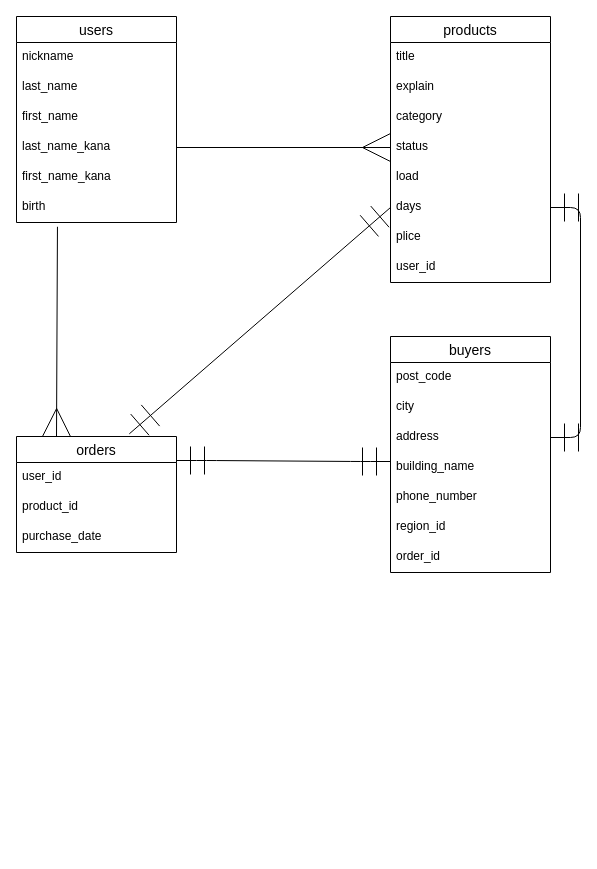
This is .dio from miyamotomizuki/furima-39341, a draw.io file, before an edit. Source tidied: cells renumbered, new cells numbered last; positions are measured from the earlier drawing's top-left corner, leaving out a move shared by most shapes. Both pictures are drawn from the tidied source at 100%, with x=0, y=0 at pixel (16, 16).
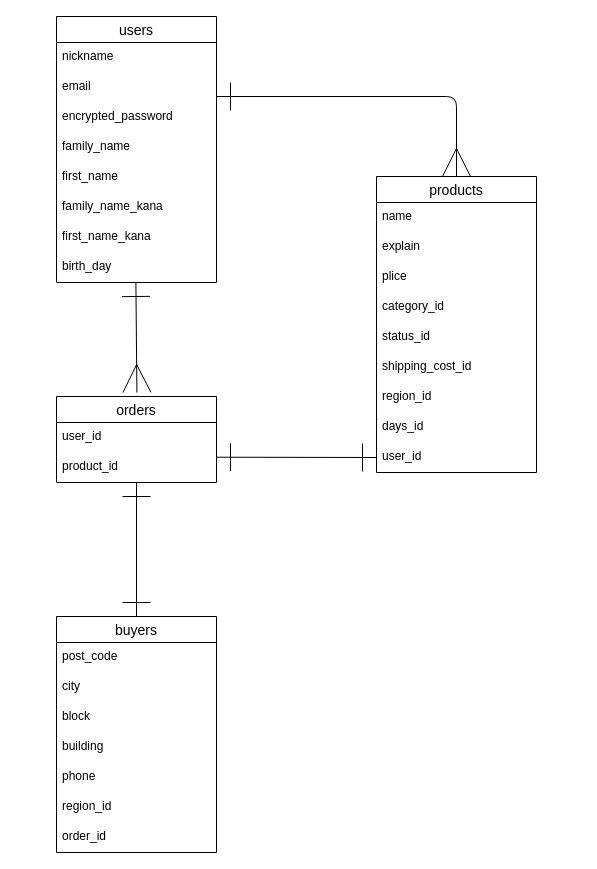
The same diagram, later.

Unchanged cells that the change refers to:
```xml
<mxCell id="20" value="product_id" style="text;strokeColor=none;fillColor=none;spacingLeft=4;spacingRight=4;overflow=hidden;points=[[0,0.5],[1,0.5]];portConstraint=eastwest;fontSize=12;" parent="18" vertex="1">
  <mxGeometry y="56" width="160" height="30" as="geometry" />
</mxCell>
```

Change to the diagram source:
```diff
@@
     <mxCell id="2" value="users" style="swimlane;fontStyle=0;horizontal=1;startSize=26;align=center;fontSize=14;" parent="1" vertex="1">
-      <mxGeometry width="160" height="206" as="geometry" />
+      <mxGeometry x="40" width="160" height="266" as="geometry" />
     </mxCell>
@@
-    <mxCell id="4" value="last_name" style="text;strokeColor=none;fillColor=none;spacingLeft=4;spacingRight=4;overflow=hidden;fontSize=12;" parent="2" vertex="1">
+    <mxCell id="4" value="email" style="text;strokeColor=none;fillColor=none;spacingLeft=4;spacingRight=4;overflow=hidden;fontSize=12;" parent="2" vertex="1">
       <mxGeometry y="56" width="160" height="30" as="geometry" />
     </mxCell>
+    <mxCell id="35" value="encrypted_password" style="text;strokeColor=none;fillColor=none;spacingLeft=4;spacingRight=4;overflow=hidden;fontSize=12;" parent="2" vertex="1">
+      <mxGeometry y="86" width="160" height="30" as="geometry" />
+    </mxCell>
+    <mxCell id="36" value="family_name" style="text;strokeColor=none;fillColor=none;spacingLeft=4;spacingRight=4;overflow=hidden;fontSize=12;" parent="2" vertex="1">
+      <mxGeometry y="116" width="160" height="30" as="geometry" />
+    </mxCell>
     <mxCell id="5" value="first_name" style="text;strokeColor=none;fillColor=none;spacingLeft=4;spacingRight=4;overflow=hidden;fontSize=12;" parent="2" vertex="1">
-      <mxGeometry y="86" width="160" height="30" as="geometry" />
+      <mxGeometry y="146" width="160" height="30" as="geometry" />
     </mxCell>
-    <mxCell id="6" value="last_name_kana" style="text;strokeColor=none;fillColor=none;spacingLeft=4;spacingRight=4;overflow=hidden;points=[[0,0.5],[1,0.5]];portConstraint=eastwest;fontSize=12;" parent="2" vertex="1">
-      <mxGeometry y="116" width="160" height="30" as="geometry" />
+    <mxCell id="6" value="family_name_kana" style="text;strokeColor=none;fillColor=none;spacingLeft=4;spacingRight=4;overflow=hidden;points=[[0,0.5],[1,0.5]];portConstraint=eastwest;fontSize=12;" parent="2" vertex="1">
+      <mxGeometry y="176" width="160" height="30" as="geometry" />
     </mxCell>
     <mxCell id="7" value="first_name_kana" style="text;strokeColor=none;fillColor=none;spacingLeft=4;spacingRight=4;overflow=hidden;fontSize=12;" parent="2" vertex="1">
-      <mxGeometry y="146" width="160" height="30" as="geometry" />
+      <mxGeometry y="206" width="160" height="30" as="geometry" />
     </mxCell>
-    <mxCell id="8" value="birth" style="text;strokeColor=none;fillColor=none;spacingLeft=4;spacingRight=4;overflow=hidden;points=[[0,0.5],[1,0.5]];portConstraint=eastwest;fontSize=12;" parent="2" vertex="1">
-      <mxGeometry y="176" width="160" height="30" as="geometry" />
+    <mxCell id="8" value="birth_day" style="text;strokeColor=none;fillColor=none;spacingLeft=4;spacingRight=4;overflow=hidden;points=[[0,0.5],[1,0.5]];portConstraint=eastwest;fontSize=12;" parent="2" vertex="1">
+      <mxGeometry y="236" width="160" height="30" as="geometry" />
     </mxCell>
-    <mxCell id="9" value="products" style="swimlane;fontStyle=0;horizontal=1;startSize=26;align=center;fontSize=14;" parent="1" vertex="1">
-      <mxGeometry x="374" width="160" height="266" as="geometry" />
-    </mxCell>
-    <mxCell id="10" value="title" style="text;strokeColor=none;fillColor=none;spacingLeft=4;spacingRight=4;overflow=hidden;fontSize=12;" parent="9" vertex="1">
-      <mxGeometry y="26" width="160" height="30" as="geometry" />
-    </mxCell>
-    <mxCell id="11" value="explain" style="text;strokeColor=none;fillColor=none;spacingLeft=4;spacingRight=4;overflow=hidden;fontSize=12;" parent="9" vertex="1">
-      <mxGeometry y="56" width="160" height="30" as="geometry" />
-    </mxCell>
-    <mxCell id="12" value="category" style="text;strokeColor=none;fillColor=none;spacingLeft=4;spacingRight=4;overflow=hidden;fontSize=12;" parent="9" vertex="1">
-      <mxGeometry y="86" width="160" height="30" as="geometry" />
-    </mxCell>
-    <mxCell id="13" value="status" style="text;strokeColor=none;fillColor=none;spacingLeft=4;spacingRight=4;overflow=hidden;points=[[0,0.5],[1,0.5]];portConstraint=eastwest;fontSize=12;" parent="9" vertex="1">
-      <mxGeometry y="116" width="160" height="30" as="geometry" />
-    </mxCell>
-    <mxCell id="14" value="load" style="text;strokeColor=none;fillColor=none;spacingLeft=4;spacingRight=4;overflow=hidden;fontSize=12;" parent="9" vertex="1">
-      <mxGeometry y="146" width="160" height="30" as="geometry" />
-    </mxCell>
-    <mxCell id="15" value="days" style="text;strokeColor=none;fillColor=none;spacingLeft=4;spacingRight=4;overflow=hidden;points=[[0,0.5],[1,0.5]];portConstraint=eastwest;fontSize=12;" parent="9" vertex="1">
-      <mxGeometry y="176" width="160" height="30" as="geometry" />
-    </mxCell>
-    <mxCell id="16" value="plice" style="text;strokeColor=none;fillColor=none;spacingLeft=4;spacingRight=4;overflow=hidden;fontSize=12;" parent="9" vertex="1">
-      <mxGeometry y="206" width="160" height="30" as="geometry" />
-    </mxCell>
-    <mxCell id="17" value="user_id" style="text;strokeColor=none;fillColor=none;spacingLeft=4;spacingRight=4;overflow=hidden;points=[[0,0.5],[1,0.5]];portConstraint=eastwest;fontSize=12;" parent="9" vertex="1">
-      <mxGeometry y="236" width="160" height="30" as="geometry" />
-    </mxCell>
     <mxCell id="18" value="orders" style="swimlane;fontStyle=0;horizontal=1;startSize=26;align=center;fontSize=14;" parent="1" vertex="1">
-      <mxGeometry y="420" width="160" height="116" as="geometry" />
+      <mxGeometry x="40" y="380" width="160" height="86" as="geometry" />
     </mxCell>
@@
-    <mxCell id="21" value="purchase_date" style="text;strokeColor=none;fillColor=none;spacingLeft=4;spacingRight=4;overflow=hidden;fontSize=12;" parent="18" vertex="1">
-      <mxGeometry y="86" width="160" height="30" as="geometry" />
-    </mxCell>
     <mxCell id="22" value="buyers" style="swimlane;fontStyle=0;horizontal=1;startSize=26;align=center;fontSize=14;" parent="1" vertex="1">
-      <mxGeometry x="374" y="320" width="160" height="236" as="geometry" />
+      <mxGeometry x="40" y="600" width="160" height="236" as="geometry" />
     </mxCell>
@@
-    <mxCell id="25" value="address" style="text;strokeColor=none;fillColor=none;spacingLeft=4;spacingRight=4;overflow=hidden;points=[[0,0.5],[1,0.5]];portConstraint=eastwest;fontSize=12;" parent="22" vertex="1">
+    <mxCell id="25" value="block" style="text;strokeColor=none;fillColor=none;spacingLeft=4;spacingRight=4;overflow=hidden;points=[[0,0.5],[1,0.5]];portConstraint=eastwest;fontSize=12;" parent="22" vertex="1">
       <mxGeometry y="86" width="160" height="30" as="geometry" />
     </mxCell>
-    <mxCell id="26" value="building_name" style="text;strokeColor=none;fillColor=none;spacingLeft=4;spacingRight=4;overflow=hidden;fontSize=12;" parent="22" vertex="1">
+    <mxCell id="26" value="building" style="text;strokeColor=none;fillColor=none;spacingLeft=4;spacingRight=4;overflow=hidden;fontSize=12;" parent="22" vertex="1">
       <mxGeometry y="116" width="160" height="30" as="geometry" />
     </mxCell>
-    <mxCell id="27" value="phone_number" style="text;strokeColor=none;fillColor=none;spacingLeft=4;spacingRight=4;overflow=hidden;fontSize=12;" parent="22" vertex="1">
+    <mxCell id="27" value="phone" style="text;strokeColor=none;fillColor=none;spacingLeft=4;spacingRight=4;overflow=hidden;fontSize=12;" parent="22" vertex="1">
       <mxGeometry y="146" width="160" height="30" as="geometry" />
     </mxCell>
@@
-    <mxCell id="30" style="edgeStyle=entityRelationEdgeStyle;fontSize=12;html=1;endArrow=ERmandOne;startArrow=ERmandOne;strokeWidth=1;endSize=26;jumpSize=0;entryX=0;entryY=0.5;entryDx=0;entryDy=0;startSize=26;" parent="1" edge="1">
-      <mxGeometry relative="1" as="geometry">
-        <mxPoint x="160" y="444" as="sourcePoint" />
-        <mxPoint x="374" y="445" as="targetPoint" />
-      </mxGeometry>
-    </mxCell>
-    <mxCell id="31" style="edgeStyle=entityRelationEdgeStyle;fontSize=12;html=1;endArrow=ERmandOne;startArrow=ERmandOne;strokeWidth=1;startSize=26;endSize=26;jumpStyle=line;jumpSize=1;exitX=1;exitY=0.5;exitDx=0;exitDy=0;entryX=1;entryY=0.5;entryDx=0;entryDy=0;" parent="1" edge="1" source="25" target="15">
-      <mxGeometry relative="1" as="geometry" />
-    </mxCell>
-    <mxCell id="32" style="edgeStyle=none;jumpStyle=line;jumpSize=1;html=1;exitX=1;exitY=0.5;exitDx=0;exitDy=0;strokeWidth=1;endArrow=ERmany;endFill=0;startSize=26;endSize=26;" parent="1" edge="1" source="6" target="13">
-      <mxGeometry relative="1" as="geometry" />
+    <mxCell id="32" style="edgeStyle=none;jumpStyle=line;jumpSize=1;html=1;strokeWidth=1;endArrow=ERmany;endFill=0;startSize=26;endSize=26;entryX=0.5;entryY=0;entryDx=0;entryDy=0;startArrow=ERone;startFill=0;" parent="1" edge="1" target="9">
+      <mxGeometry relative="1" as="geometry">
+        <mxPoint x="200" y="80" as="sourcePoint" />
+        <Array as="points">
+          <mxPoint x="440" y="80" />
+        </Array>
+      </mxGeometry>
     </mxCell>
-    <mxCell id="33" style="edgeStyle=none;jumpStyle=line;jumpSize=1;html=1;exitX=0;exitY=0.5;exitDx=0;exitDy=0;entryX=0.705;entryY=-0.023;entryDx=0;entryDy=0;strokeWidth=1;endArrow=ERmandOne;endFill=0;startSize=26;endSize=26;startArrow=ERmandOne;startFill=0;entryPerimeter=0;" parent="1" edge="1" source="15" target="18">
-      <mxGeometry relative="1" as="geometry" />
-    </mxCell>
-    <mxCell id="34" style="edgeStyle=none;jumpStyle=line;jumpSize=1;html=1;exitX=0.256;exitY=1.143;exitDx=0;exitDy=0;entryX=0.25;entryY=0;entryDx=0;entryDy=0;strokeWidth=1;endArrow=ERmany;endFill=0;startSize=26;endSize=26;exitPerimeter=0;" parent="1" edge="1" source="8" target="18">
-      <mxGeometry relative="1" as="geometry" />
+    <mxCell id="34" style="edgeStyle=none;jumpStyle=line;jumpSize=1;html=1;strokeWidth=1;endArrow=ERmany;endFill=0;startSize=26;endSize=26;startArrow=ERone;startFill=0;" parent="1" edge="1">
+      <mxGeometry relative="1" as="geometry">
+        <mxPoint x="119.4" y="266" as="sourcePoint" />
+        <mxPoint x="120.4" y="376" as="targetPoint" />
+      </mxGeometry>
     </mxCell>
+    <mxCell id="9" value="products" style="swimlane;fontStyle=0;horizontal=1;startSize=26;align=center;fontSize=14;" parent="1" vertex="1">
+      <mxGeometry x="360" y="160" width="160" height="296" as="geometry" />
+    </mxCell>
+    <mxCell id="10" value="name" style="text;strokeColor=none;fillColor=none;spacingLeft=4;spacingRight=4;overflow=hidden;fontSize=12;" parent="9" vertex="1">
+      <mxGeometry y="26" width="160" height="30" as="geometry" />
+    </mxCell>
+    <mxCell id="11" value="explain" style="text;strokeColor=none;fillColor=none;spacingLeft=4;spacingRight=4;overflow=hidden;fontSize=12;" parent="9" vertex="1">
+      <mxGeometry y="56" width="160" height="30" as="geometry" />
+    </mxCell>
+    <mxCell id="16" value="plice" style="text;strokeColor=none;fillColor=none;spacingLeft=4;spacingRight=4;overflow=hidden;fontSize=12;" parent="9" vertex="1">
+      <mxGeometry y="86" width="160" height="30" as="geometry" />
+    </mxCell>
+    <mxCell id="12" value="category_id" style="text;strokeColor=none;fillColor=none;spacingLeft=4;spacingRight=4;overflow=hidden;fontSize=12;" parent="9" vertex="1">
+      <mxGeometry y="116" width="160" height="30" as="geometry" />
+    </mxCell>
+    <mxCell id="13" value="status_id" style="text;strokeColor=none;fillColor=none;spacingLeft=4;spacingRight=4;overflow=hidden;points=[[0,0.5],[1,0.5]];portConstraint=eastwest;fontSize=12;" parent="9" vertex="1">
+      <mxGeometry y="146" width="160" height="30" as="geometry" />
+    </mxCell>
+    <mxCell id="14" value="shipping_cost_id" style="text;strokeColor=none;fillColor=none;spacingLeft=4;spacingRight=4;overflow=hidden;fontSize=12;" parent="9" vertex="1">
+      <mxGeometry y="176" width="160" height="30" as="geometry" />
+    </mxCell>
+    <mxCell id="37" value="region_id" style="text;strokeColor=none;fillColor=none;spacingLeft=4;spacingRight=4;overflow=hidden;fontSize=12;" parent="9" vertex="1">
+      <mxGeometry y="206" width="160" height="30" as="geometry" />
+    </mxCell>
+    <mxCell id="15" value="days_id" style="text;strokeColor=none;fillColor=none;spacingLeft=4;spacingRight=4;overflow=hidden;points=[[0,0.5],[1,0.5]];portConstraint=eastwest;fontSize=12;" parent="9" vertex="1">
+      <mxGeometry y="236" width="160" height="30" as="geometry" />
+    </mxCell>
+    <mxCell id="17" value="user_id" style="text;strokeColor=none;fillColor=none;spacingLeft=4;spacingRight=4;overflow=hidden;points=[[0,0.5],[1,0.5]];portConstraint=eastwest;fontSize=12;" parent="9" vertex="1">
+      <mxGeometry y="266" width="160" height="30" as="geometry" />
+    </mxCell>
+    <mxCell id="38" style="edgeStyle=none;jumpStyle=line;jumpSize=1;html=1;entryX=0.5;entryY=0;entryDx=0;entryDy=0;strokeWidth=1;startArrow=ERone;startFill=0;endArrow=ERone;endFill=0;startSize=26;endSize=26;" parent="1" edge="1" source="20" target="22">
+      <mxGeometry relative="1" as="geometry" />
+    </mxCell>
+    <mxCell id="39" style="edgeStyle=none;jumpStyle=line;jumpSize=1;html=1;exitX=0;exitY=0.5;exitDx=0;exitDy=0;entryX=1;entryY=0.157;entryDx=0;entryDy=0;entryPerimeter=0;strokeWidth=1;startArrow=ERone;startFill=0;endArrow=ERone;endFill=0;startSize=26;endSize=26;" parent="1" edge="1" source="17" target="20">
+      <mxGeometry relative="1" as="geometry" />
+    </mxCell>
```
